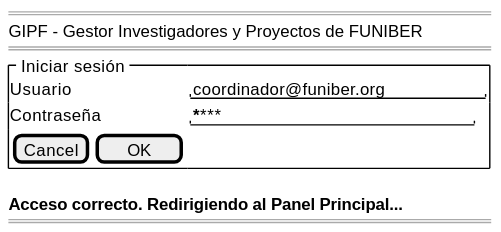
Above: documents/casosDeUso/detalle/coordinador/00-autenticacion/iniciarSesion/prototipo/iniciarSesion-credenciales-correctas-wireframe.svg in 31Diego/25-26-IdSw1-SdR (PlantUML), before the change.
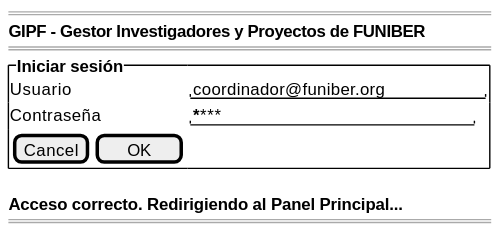
After the change.

Diff of the diagram source:
```diff
@@ -1,9 +1,9 @@
 @startsalt iniciarSesion-credenciales-correctas-wireframe
 {
     ====
-    GIPF - Gestor Investigadores y Proyectos de FUNIBER
+    <b>GIPF - Gestor Investigadores y Proyectos de FUNIBER
     ====
-    {^" Iniciar sesión "
+    {^<b>Iniciar sesión
         Usuario    | "coordinador@funiber.org   "
         Contraseña | "********                 "
         {
```
